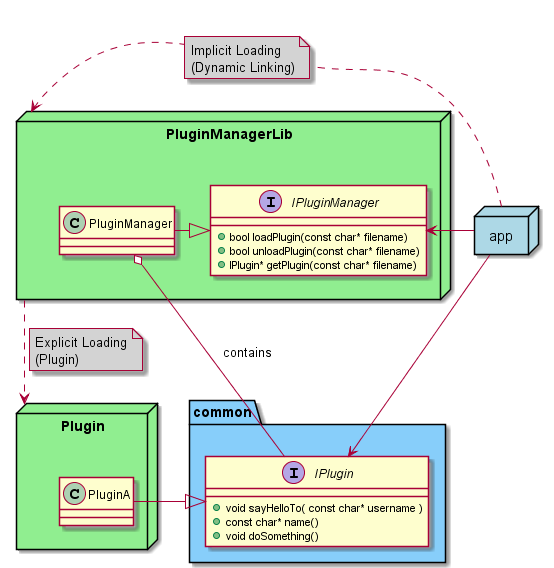
Above: docs/class_diagram.png in VgTajdd/plugin_manager (PlantUML), before the change.
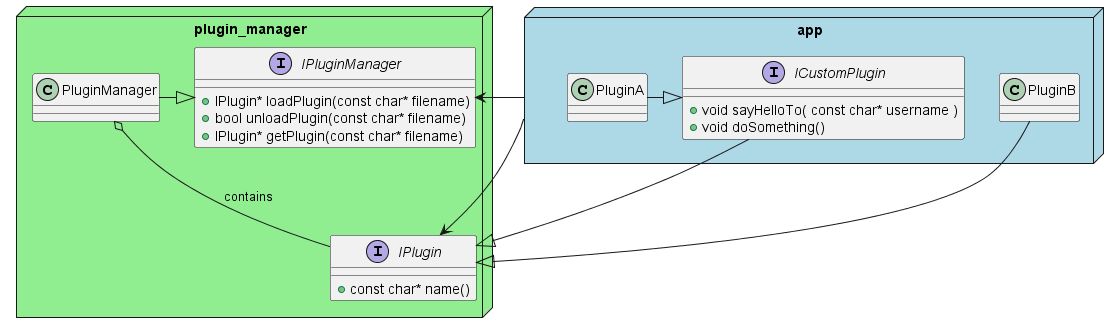
The same file after the commit.

Commit message:
Update class diagram (add ICustomPlugin)

What changed in the source:
```diff
@@ -1,41 +1,37 @@
 @startuml Plugin Manager Class Diagram
 
-package common <<Folder>> #LightSkyBlue {
-    interface IPlugin{
-        + void sayHelloTo( const char* username )
-        + const char* name()
-        + void doSomething()
-    }
-}
-
-package PluginManagerLib <<Node>> #LightGreen {
+package plugin_manager <<Node>> #LightGreen {
     interface IPluginManager{
-        + bool loadPlugin(const char* filename)
+        + IPlugin* loadPlugin(const char* filename)
         + bool unloadPlugin(const char* filename)
         + IPlugin* getPlugin(const char* filename)
     }
     class PluginManager
 
+    interface IPlugin{
+        + const char* name()
+    }
+
     PluginManager -|> IPluginManager
 }
 
-package Plugin <<Node>> #LightGreen {
+package app <<Node>> #LightBlue {
     class PluginA
-}
-
-package app <<Node>> #LightBlue {
+    class PluginB{
+    }
+    interface ICustomPlugin{
+        + void sayHelloTo( const char* username )
+        + void doSomething()
+    }
 }
 
 PluginManager o-- IPlugin : contains
 
-PluginA -|> IPlugin
-
 app -> IPlugin
 app -> IPluginManager
 
-PluginManagerLib ..> Plugin
-note on link #lightgray: Explicit Loading\n(Plugin)
-app .> PluginManagerLib
-note on link #lightgray: Implicit Loading\n(Dynamic Linking)
+PluginA -|> ICustomPlugin
+ICustomPlugin -|> IPlugin
+PluginB -|> IPlugin
 
 @enduml
```
